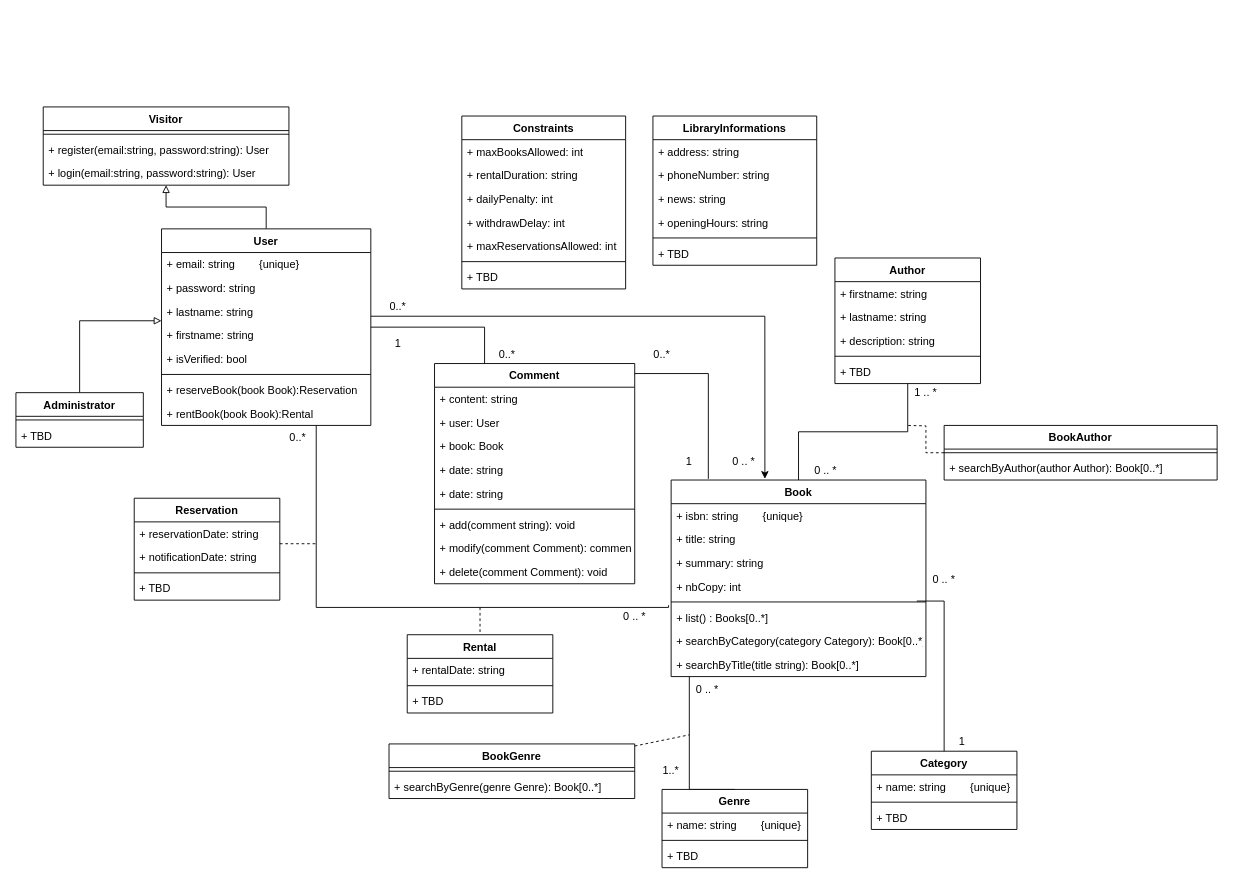
Before: page "UML Class Diagram" (3 of 3) of docs/library_store.drawio in pptech-ds/CDA-JS-LIbrary-Store, a draw.io diagram. Source tidied: cells renumbered, new cells numbered last; positions are measured from the earlier drawing's top-left corner, leaving out a move shared by most shapes. Both pictures are drawn from the tidied source at 91%, with x=0, y=0 at pixel (15, 106).
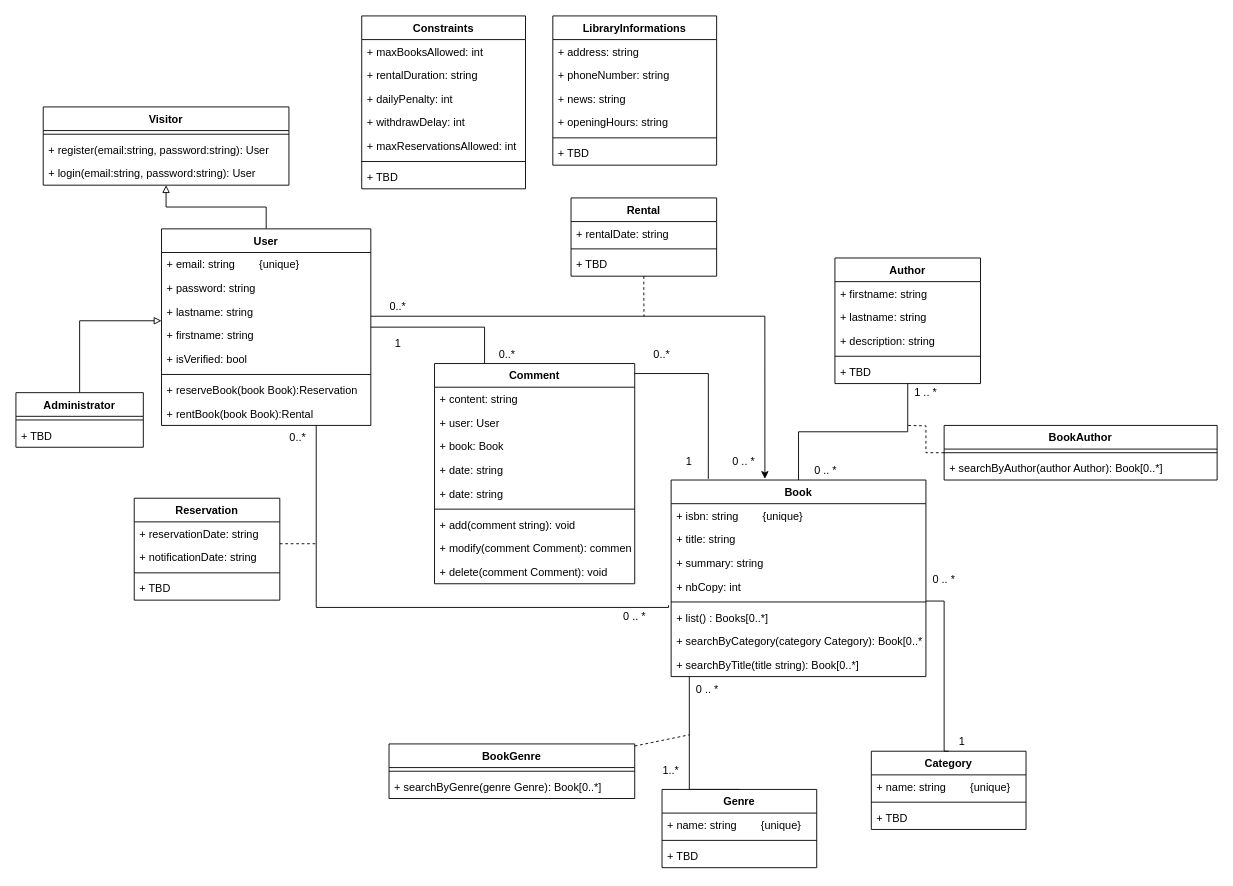
After the change.

The edit, as a diff of the source:
```diff
@@
     <mxCell id="25" value="Category" style="swimlane;fontStyle=1;align=center;verticalAlign=top;horizontal=1;startSize=26;" parent="1" vertex="1">
-      <mxGeometry x="940" y="708" width="160" height="86" as="geometry" />
+      <mxGeometry x="940" y="708" width="170" height="86" as="geometry" />
     </mxCell>
     <mxCell id="26" value="+ name: string        {unique}" style="text;strokeColor=none;fillColor=none;align=left;verticalAlign=top;spacingLeft=4;spacingRight=4;overflow=hidden;" parent="25" vertex="1">
-      <mxGeometry y="26" width="160" height="26" as="geometry" />
+      <mxGeometry y="26" width="170" height="26" as="geometry" />
     </mxCell>
     <mxCell id="27" style="line;strokeWidth=1;fillColor=none;align=left;verticalAlign=middle;spacingTop=-1;spacingLeft=3;spacingRight=3;labelPosition=right;" parent="25" vertex="1">
-      <mxGeometry y="52" width="160" height="8" as="geometry" />
+      <mxGeometry y="52" width="170" height="8" as="geometry" />
     </mxCell>
     <mxCell id="28" value="+ TBD" style="text;strokeColor=none;fillColor=none;align=left;verticalAlign=top;spacingLeft=4;spacingRight=4;overflow=hidden;" parent="25" vertex="1">
-      <mxGeometry y="60" width="160" height="26" as="geometry" />
+      <mxGeometry y="60" width="170" height="26" as="geometry" />
     </mxCell>
     <mxCell id="29" value="Genre" style="swimlane;fontStyle=1;align=center;verticalAlign=top;horizontal=1;startSize=26;" parent="1" vertex="1">
-      <mxGeometry x="710" y="750" width="160" height="86" as="geometry" />
+      <mxGeometry x="710" y="750" width="170" height="86" as="geometry" />
     </mxCell>
     <mxCell id="30" value="+ name: string        {unique}" style="text;strokeColor=none;fillColor=none;align=left;verticalAlign=top;spacingLeft=4;spacingRight=4;overflow=hidden;" parent="29" vertex="1">
-      <mxGeometry y="26" width="160" height="26" as="geometry" />
+      <mxGeometry y="26" width="170" height="26" as="geometry" />
     </mxCell>
     <mxCell id="31" style="line;strokeWidth=1;fillColor=none;align=left;verticalAlign=middle;spacingTop=-1;spacingLeft=3;spacingRight=3;labelPosition=right;" parent="29" vertex="1">
-      <mxGeometry y="52" width="160" height="8" as="geometry" />
+      <mxGeometry y="52" width="170" height="8" as="geometry" />
     </mxCell>
     <mxCell id="32" value="+ TBD" style="text;strokeColor=none;fillColor=none;align=left;verticalAlign=top;spacingLeft=4;spacingRight=4;overflow=hidden;" parent="29" vertex="1">
-      <mxGeometry y="60" width="160" height="26" as="geometry" />
+      <mxGeometry y="60" width="170" height="26" as="geometry" />
     </mxCell>
     <mxCell id="33" style="edgeStyle=orthogonalEdgeStyle;rounded=0;jettySize=auto;html=1;entryX=0.5;entryY=0;entryDx=0;entryDy=0;endArrow=none;endFill=0;" parent="1" edge="1" target="25">
       <mxGeometry relative="1" as="geometry">
-        <mxPoint x="990" y="543" as="sourcePoint" />
+        <mxPoint x="1000" y="543" as="sourcePoint" />
         <Array as="points">
           <mxPoint x="1020" y="543" />
         </Array>
       </mxGeometry>
     </mxCell>
@@
+    <mxCell id="108" style="edgeStyle=orthogonalEdgeStyle;rounded=0;jettySize=auto;html=1;exitX=0.5;exitY=1;exitDx=0;exitDy=0;fontSize=23.3;startArrow=none;startFill=0;endArrow=none;endFill=0;dashed=1;" parent="1" edge="1" source="52">
+      <mxGeometry relative="1" as="geometry">
+        <mxPoint x="690.2" y="230" as="targetPoint" />
+      </mxGeometry>
+    </mxCell>
     <mxCell id="52" value="Rental" style="swimlane;fontStyle=1;align=center;verticalAlign=top;horizontal=1;startSize=26;" parent="1" vertex="1">
-      <mxGeometry x="430" y="580" width="160" height="86" as="geometry" />
+      <mxGeometry x="610" y="100" width="160" height="86" as="geometry" />
     </mxCell>
@@
-    <mxCell id="56" style="endArrow=none;dashed=1;html=1;rounded=0;" parent="1" edge="1" target="52">
-      <mxGeometry relative="1" as="geometry">
-        <mxPoint x="510" y="550" as="sourcePoint" />
-      </mxGeometry>
-    </mxCell>
     <mxCell id="57" value="LibraryInformations" style="swimlane;fontStyle=1;align=center;verticalAlign=top;horizontal=1;startSize=26;" parent="1" vertex="1">
-      <mxGeometry x="700" y="10" width="180" height="164" as="geometry" />
+      <mxGeometry x="590" y="-100" width="180" height="164" as="geometry" />
     </mxCell>
@@
     <mxCell id="71" value="Constraints" style="swimlane;fontStyle=1;align=center;verticalAlign=top;horizontal=1;startSize=26;" parent="1" vertex="1">
-      <mxGeometry x="490" y="10" width="180" height="190" as="geometry" />
+      <mxGeometry x="380" y="-100" width="180" height="190" as="geometry" />
     </mxCell>
```
